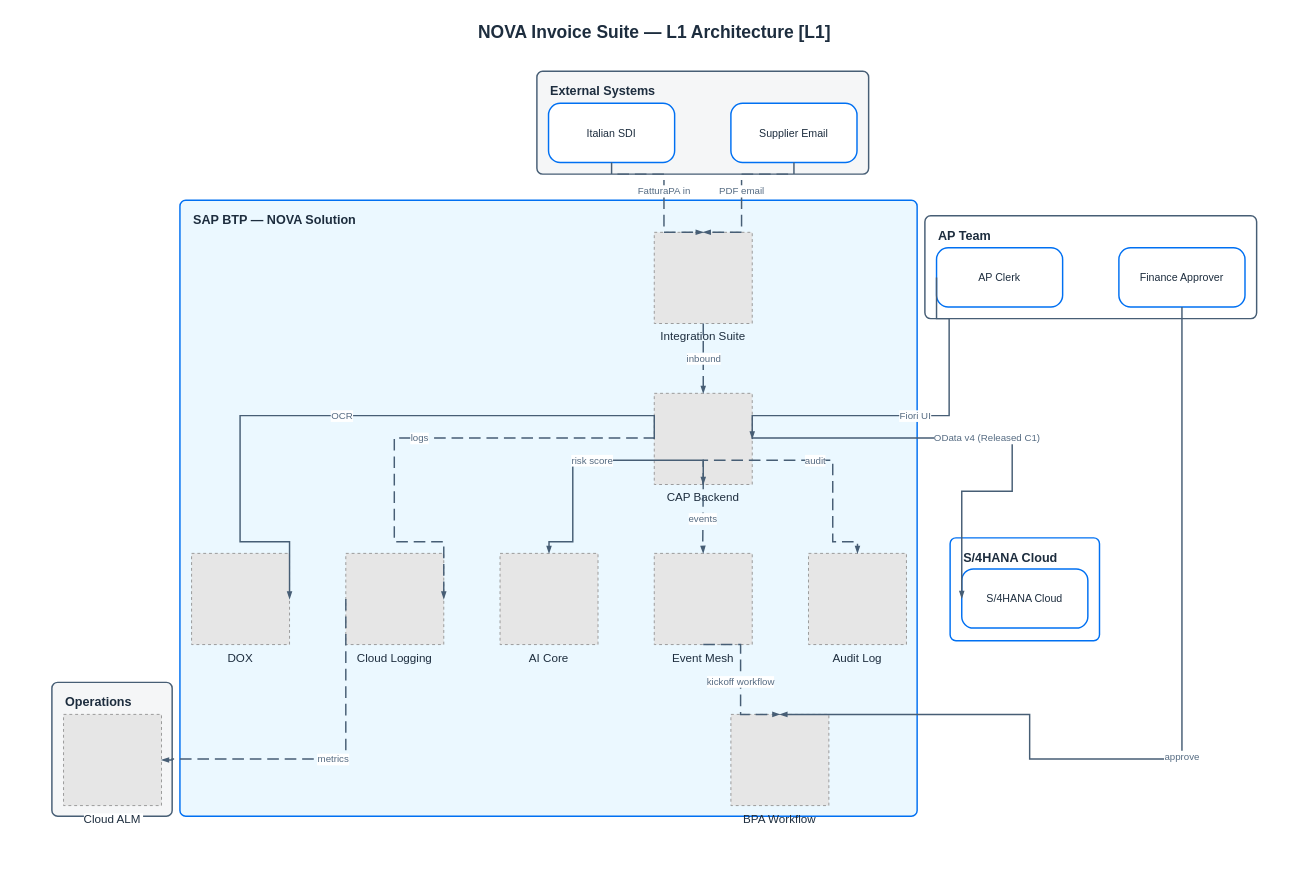
Before: skills/sap-diagram-generate/templates/L1-base.drawio in Raistlin82/sap-diagrams-pro, a draw.io diagram. Source tidied: cells renumbered, new cells numbered last; positions are measured from the earlier drawing's top-left corner, leaving out a move shared by most shapes. Both pictures are drawn from the tidied source at 97%, with x=0, y=0 at pixel (32, 16). Pictures stored in the file or linked from it are replaced by grey dashed boxes.
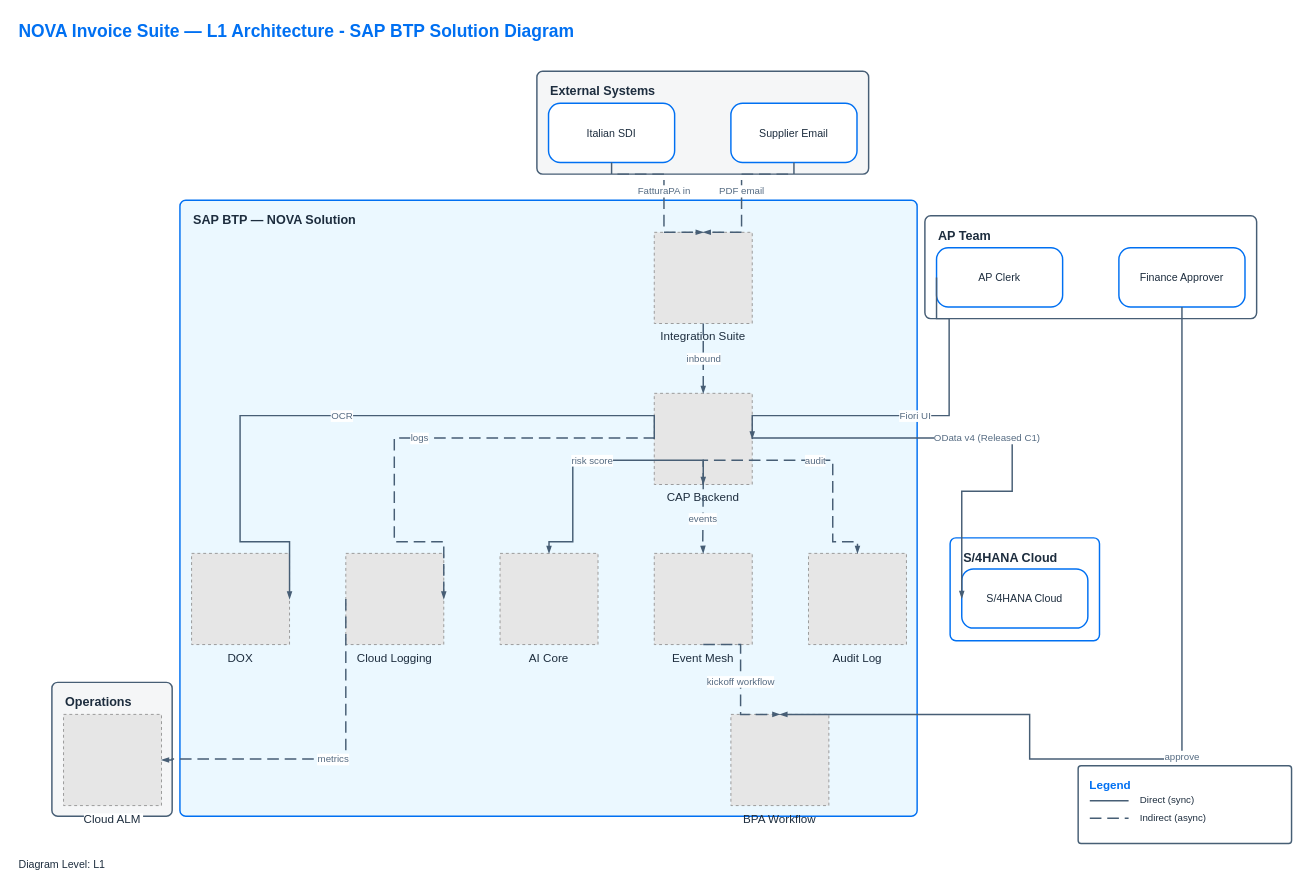
Above is the later version.

Commit message (it also covers changes not shown here):
feat: Phase 5 — generic icons + SAP title + legend + arbitrary annotation pills

What changed in the source:
```diff
@@
-    <mxCell id="2" value="NOVA Invoice Suite — L1 Architecture [L1]" style="text;html=1;align=center;verticalAlign=middle;fontColor=#1D2D3E;fontSize=18;fontStyle=1;" parent="1" vertex="1">
-      <mxGeometry width="1282" height="32" as="geometry" />
+    <mxCell id="2" value="NOVA Invoice Suite — L1 Architecture - SAP BTP Solution Diagram" style="text;html=1;align=left;verticalAlign=middle;fontColor=#0070F2;fontSize=18;fontStyle=1;fontFamily=Helvetica;" parent="1" vertex="1">
+      <mxGeometry x="-16" width="1282" height="30" as="geometry" />
     </mxCell>
+    <mxCell id="35" value="Diagram Level: L1" style="text;html=1;align=left;verticalAlign=middle;fontColor=#1D2D3E;fontSize=11;fontFamily=Helvetica;" parent="1" vertex="1">
+      <mxGeometry x="-16" y="864" width="180" height="20" as="geometry" />
+    </mxCell>
@@
+    <mxCell id="36" value="Legend" style="rounded=1;whiteSpace=wrap;html=1;arcSize=6;absoluteArcSize=1;strokeColor=#475F75;fillColor=#FFFFFF;strokeWidth=1.5;fontColor=#0070F2;fontSize=12;fontStyle=1;verticalAlign=top;align=left;spacingLeft=10;spacingTop=6;" parent="1" vertex="1">
+      <mxGeometry x="1078" y="772" width="220" height="80" as="geometry" />
+    </mxCell>
+    <mxCell id="37" style="endArrow=none;strokeColor=#475E75;strokeWidth=1.5;dashed=0;" parent="36" edge="1">
+      <mxGeometry relative="1" as="geometry">
+        <mxPoint x="12" y="36" as="sourcePoint" />
+        <mxPoint x="52" y="36" as="targetPoint" />
+      </mxGeometry>
+    </mxCell>
+    <mxCell id="38" value="Direct (sync)" style="text;html=1;align=left;verticalAlign=middle;fontColor=#1D2D3E;fontSize=10;" parent="36" vertex="1">
+      <mxGeometry x="62" y="27" width="150" height="16" as="geometry" />
+    </mxCell>
+    <mxCell id="39" style="endArrow=none;strokeColor=#475E75;strokeWidth=1.5;dashed=1;dashPattern=8 4;" parent="36" edge="1">
+      <mxGeometry relative="1" as="geometry">
+        <mxPoint x="12" y="54" as="sourcePoint" />
+        <mxPoint x="52" y="54" as="targetPoint" />
+      </mxGeometry>
+    </mxCell>
+    <mxCell id="40" value="Indirect (async)" style="text;html=1;align=left;verticalAlign=middle;fontColor=#1D2D3E;fontSize=10;" parent="36" vertex="1">
+      <mxGeometry x="62" y="45" width="150" height="16" as="geometry" />
+    </mxCell>
```
